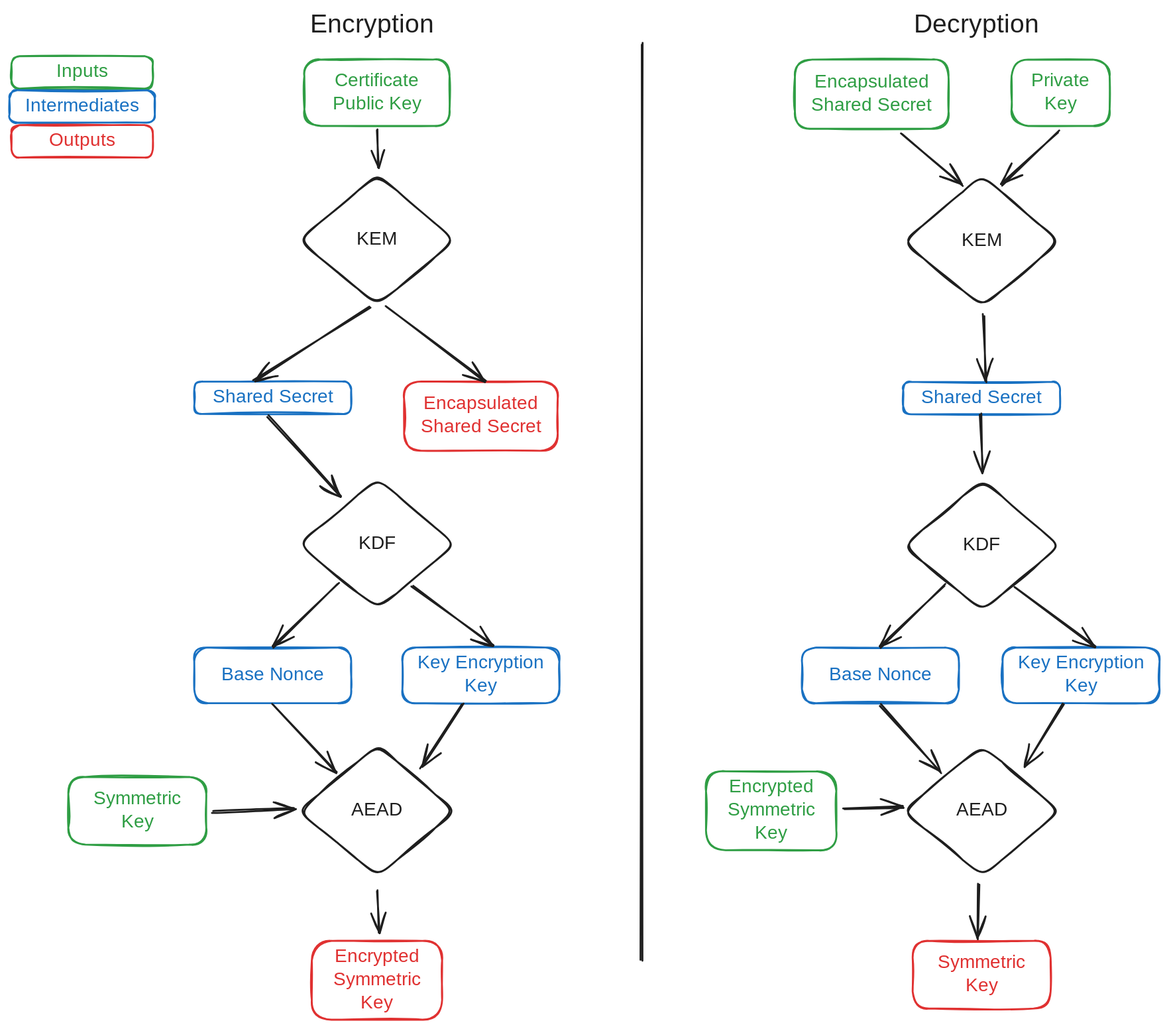
Before: doc/media/RecordingControl/hpkeEncryption.excalidraw.svg, a diagram exported from Excalidraw (ocampana/specs). Source tidied: one line per element, renumbered; positions are measured from the earlier drawing's top-left corner, leaving out a move shared by most shapes.
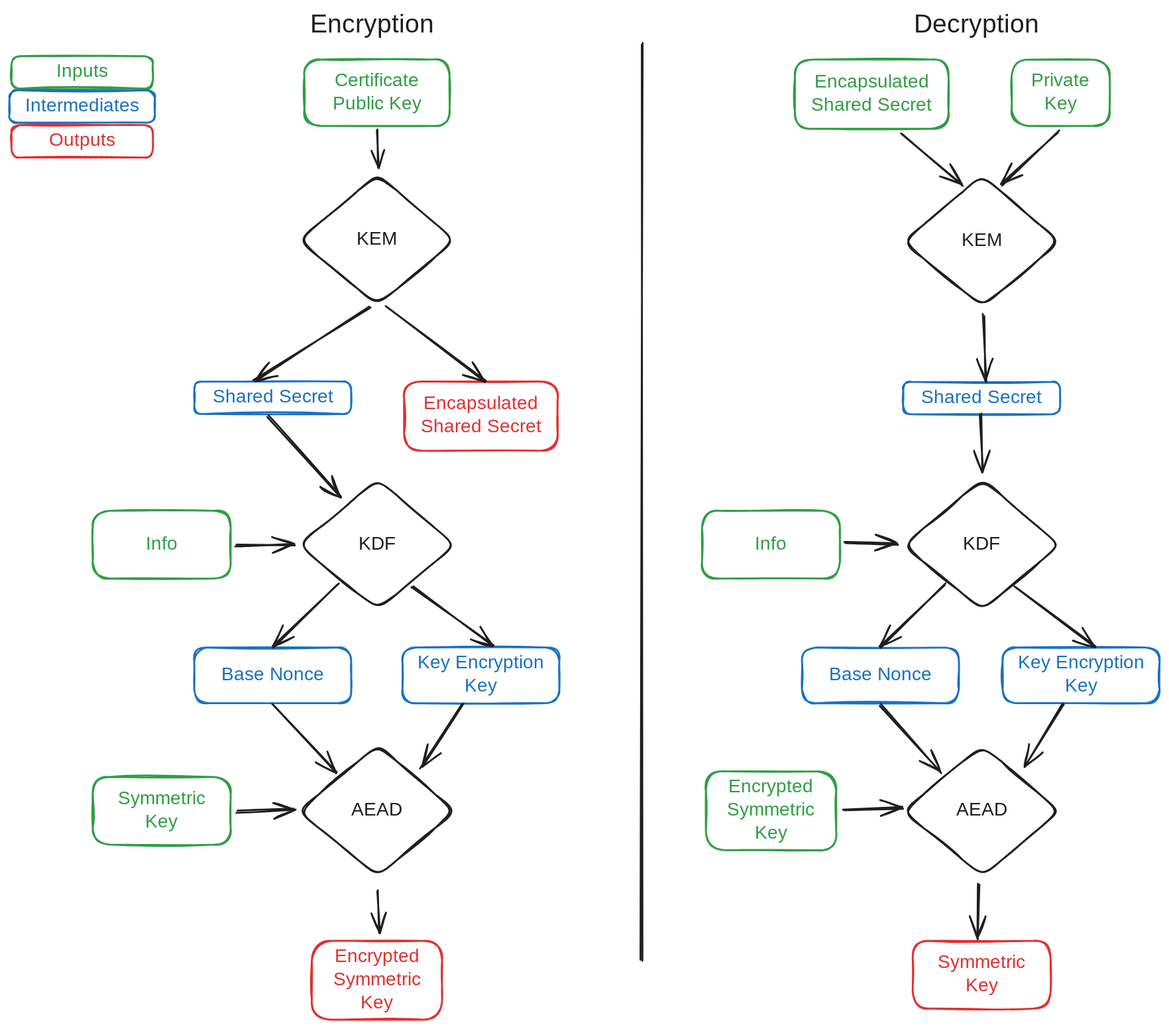
After the change.

What changed in the source:
```diff
@@ -6,25 +6,25 @@
 {"id": 5, "type": "text", "text": "Shared Secret", "strokeColor": "#1971c2", "strokeWidth": 2, "roughness": 1, "fontSize": 20, "fontFamily": 5, "textAlign": "center", "verticalAlign": "middle", "inside": 4, "x": 215, "y": 406, "width": 137, "height": 25}
 {"id": 6, "type": "rectangle", "strokeColor": "#e03131", "strokeWidth": 2, "roughness": 1, "round": true, "x": 326, "y": 1004, "width": 140, "height": 85}
 {"id": 7, "type": "text", "text": "Encrypted\nSymmetric\nKey", "strokeColor": "#e03131", "strokeWidth": 2, "roughness": 1, "fontSize": 20, "fontFamily": 5, "textAlign": "center", "verticalAlign": "middle", "inside": 6, "x": 347, "y": 1009, "width": 98, "height": 75}
-{"id": 8, "type": "rectangle", "strokeColor": "#2f9e44", "strokeWidth": 2, "roughness": 1, "round": true, "x": 63, "y": 827, "width": 149, "height": 73}
+{"id": 8, "type": "rectangle", "strokeColor": "#2f9e44", "strokeWidth": 2, "roughness": 1, "round": true, "x": 90, "y": 827, "width": 149, "height": 73}
-{"id": 9, "type": "text", "text": "Symmetric\nKey", "strokeColor": "#2f9e44", "strokeWidth": 2, "roughness": 1, "fontSize": 20, "fontFamily": 5, "textAlign": "center", "verticalAlign": "middle", "inside": 8, "x": 90, "y": 839, "width": 95, "height": 50}
+{"id": 9, "type": "text", "text": "Symmetric\nKey", "strokeColor": "#2f9e44", "strokeWidth": 2, "roughness": 1, "fontSize": 20, "fontFamily": 5, "textAlign": "center", "verticalAlign": "middle", "inside": 8, "x": 117, "y": 839, "width": 95, "height": 50}
 {"id": 10, "type": "diamond", "strokeColor": "#1e1e1e", "strokeWidth": 2, "roughness": 1, "round": true, "x": 312, "y": 793, "width": 169, "height": 141}
 {"id": 11, "type": "text", "text": "AEAD", "strokeColor": "#1e1e1e", "strokeWidth": 2, "roughness": 1, "fontSize": 20, "fontFamily": 5, "textAlign": "center", "verticalAlign": "middle", "inside": 10, "x": 368, "y": 851, "width": 56, "height": 25}
 {"id": 12, "type": "diamond", "strokeColor": "#1e1e1e", "strokeWidth": 2, "roughness": 1, "round": true, "x": 312, "y": 178, "width": 169, "height": 141}
 {"id": 13, "type": "text", "text": "KEM", "strokeColor": "#1e1e1e", "strokeWidth": 2, "roughness": 1, "fontSize": 20, "fontFamily": 5, "textAlign": "center", "verticalAlign": "middle", "inside": 12, "x": 375, "y": 236, "width": 42, "height": 25}
 {"id": 14, "type": "diamond", "strokeColor": "#1e1e1e", "strokeWidth": 2, "roughness": 1, "round": true, "x": 312, "y": 506, "width": 169, "height": 141}
-{"id": 15, "type": "text", "text": "KDF", "strokeColor": "#1e1e1e", "strokeWidth": 2, "roughness": 1, "fontSize": 20, "fontFamily": 5, "textAlign": "center", "verticalAlign": "middle", "inside": 14, "x": 375, "y": 564, "width": 41, "height": 25}
+{"id": 15, "type": "text", "text": "KDF", "strokeColor": "#1e1e1e", "strokeWidth": 2, "roughness": 1, "fontSize": 20, "fontFamily": 5, "textAlign": "center", "verticalAlign": "middle", "inside": 14, "x": 375, "y": 565, "width": 41, "height": 25}
 {"id": 16, "type": "arrow", "strokeColor": "#1e1e1e", "strokeWidth": 2, "roughness": 1, "endArrowhead": "arrow", "round": true, "from": 0, "to": 12, "x": 397, "y": 130, "width": 1, "height": 40, "points": [[0, 0], [1, 40]]}
-{"id": 17, "type": "arrow", "strokeColor": "#1e1e1e", "strokeWidth": 2, "roughness": 1, "endArrowhead": "arrow", "round": true, "from": 4, "to": 14, "x": 279, "y": 439, "width": 78, "height": 87, "points": [[0, 0], [78, 87]]}
+{"id": 17, "type": "arrow", "strokeColor": "#1e1e1e", "strokeWidth": 2, "roughness": 1, "endArrowhead": "arrow", "round": true, "from": 4, "to": 14, "x": 279, "y": 439, "width": 78, "height": 88, "points": [[0, 0], [78, 88]]}
 {"id": 18, "type": "rectangle", "strokeColor": "#1971c2", "strokeWidth": 2, "roughness": 1, "round": true, "x": 424, "y": 688, "width": 169, "height": 60}
 {"id": 19, "type": "text", "text": "Key Encryption\nKey", "strokeColor": "#1971c2", "strokeWidth": 2, "roughness": 1, "fontSize": 20, "fontFamily": 5, "textAlign": "center", "verticalAlign": "middle", "inside": 18, "x": 436, "y": 693, "width": 144, "height": 50}
 {"id": 20, "type": "rectangle", "strokeColor": "#1971c2", "strokeWidth": 2, "roughness": 1, "round": true, "x": 199, "y": 688, "width": 169, "height": 60}
 {"id": 21, "type": "text", "text": "Base Nonce", "strokeColor": "#1971c2", "strokeWidth": 2, "roughness": 1, "fontSize": 20, "fontFamily": 5, "textAlign": "center", "verticalAlign": "middle", "inside": 20, "x": 228, "y": 705, "width": 112, "height": 25}
-{"id": 22, "type": "arrow", "strokeColor": "#1e1e1e", "strokeWidth": 2, "roughness": 1, "endArrowhead": "arrow", "round": true, "from": 14, "to": 18, "x": 434, "y": 621, "width": 88, "height": 65, "points": [[0, 0], [88, 65]]}
+{"id": 22, "type": "arrow", "strokeColor": "#1e1e1e", "strokeWidth": 2, "roughness": 1, "endArrowhead": "arrow", "round": true, "from": 14, "to": 18, "x": 434, "y": 622, "width": 87, "height": 64, "points": [[0, 0], [87, 64]]}
-{"id": 23, "type": "arrow", "strokeColor": "#1e1e1e", "strokeWidth": 2, "roughness": 1, "endArrowhead": "arrow", "round": true, "from": 14, "to": 20, "x": 355, "y": 619, "width": 71, "height": 68, "points": [[0, 0], [-71, 68]]}
+{"id": 23, "type": "arrow", "strokeColor": "#1e1e1e", "strokeWidth": 2, "roughness": 1, "endArrowhead": "arrow", "round": true, "from": 14, "to": 20, "x": 355, "y": 620, "width": 70, "height": 67, "points": [[0, 0], [-70, 67]]}
 {"id": 24, "type": "arrow", "strokeColor": "#1e1e1e", "strokeWidth": 2, "roughness": 1, "endArrowhead": "arrow", "round": true, "from": 18, "to": 10, "x": 488, "y": 748, "width": 45, "height": 69, "points": [[0, 0], [-45, 69]]}
 {"id": 25, "type": "arrow", "strokeColor": "#1e1e1e", "strokeWidth": 2, "roughness": 1, "endArrowhead": "arrow", "round": true, "from": 20, "to": 10, "x": 284, "y": 750, "width": 68, "height": 73, "points": [[0, 0], [68, 73]]}
-{"id": 26, "type": "arrow", "strokeColor": "#1e1e1e", "strokeWidth": 2, "roughness": 1, "endArrowhead": "arrow", "round": true, "from": 8, "to": 10, "x": 219, "y": 865, "width": 88, "height": 3, "points": [[0, 0], [88, -3]]}
+{"id": 26, "type": "arrow", "strokeColor": "#1e1e1e", "strokeWidth": 2, "roughness": 1, "endArrowhead": "arrow", "round": true, "from": 8, "to": 10, "x": 246, "y": 864, "width": 62, "height": 2, "points": [[0, 0], [62, -2]]}
 {"id": 27, "type": "arrow", "strokeColor": "#1e1e1e", "strokeWidth": 2, "roughness": 1, "endArrowhead": "arrow", "round": true, "from": 10, "to": 6, "x": 397, "y": 950, "width": 2, "height": 46, "points": [[0, 0], [2, 46]]}
 {"id": 28, "type": "arrow", "strokeColor": "#1e1e1e", "strokeWidth": 2, "roughness": 1, "endArrowhead": "arrow", "round": true, "from": 12, "to": 2, "x": 406, "y": 320, "width": 108, "height": 80, "points": [[0, 0], [108, 80]]}
 {"id": 29, "type": "arrow", "strokeColor": "#1e1e1e", "strokeWidth": 2, "roughness": 1, "endArrowhead": "arrow", "round": true, "from": 12, "to": 4, "x": 389, "y": 322, "width": 125, "height": 79, "points": [[0, 0], [-125, 79]]}
@@ -42,17 +42,17 @@
 {"id": 41, "type": "arrow", "strokeColor": "#1e1e1e", "strokeWidth": 2, "roughness": 1, "endArrowhead": "arrow", "round": true, "from": 35, "to": 39, "x": 1050, "y": 329, "width": 3, "height": 72, "points": [[0, 0], [3, 72]]}
 {"id": 42, "type": "diamond", "strokeColor": "#1e1e1e", "strokeWidth": 2, "roughness": 1, "round": true, "x": 964, "y": 793, "width": 169, "height": 141}
 {"id": 43, "type": "text", "text": "AEAD", "strokeColor": "#1e1e1e", "strokeWidth": 2, "roughness": 1, "fontSize": 20, "fontFamily": 5, "textAlign": "center", "verticalAlign": "middle", "inside": 42, "x": 1020, "y": 851, "width": 56, "height": 25}
-{"id": 44, "type": "diamond", "strokeColor": "#1e1e1e", "strokeWidth": 2, "roughness": 1, "round": true, "x": 964, "y": 507, "width": 169, "height": 141}
+{"id": 44, "type": "diamond", "strokeColor": "#1e1e1e", "strokeWidth": 2, "roughness": 1, "round": true, "x": 964, "y": 506, "width": 169, "height": 141}
 {"id": 45, "type": "text", "text": "KDF", "strokeColor": "#1e1e1e", "strokeWidth": 2, "roughness": 1, "fontSize": 20, "fontFamily": 5, "textAlign": "center", "verticalAlign": "middle", "inside": 44, "x": 1027, "y": 565, "width": 41, "height": 25}
 {"id": 46, "type": "rectangle", "strokeColor": "#1971c2", "strokeWidth": 2, "roughness": 1, "round": true, "x": 1071, "y": 688, "width": 169, "height": 60}
 {"id": 47, "type": "text", "text": "Key Encryption\nKey", "strokeColor": "#1971c2", "strokeWidth": 2, "roughness": 1, "fontSize": 20, "fontFamily": 5, "textAlign": "center", "verticalAlign": "middle", "inside": 46, "x": 1084, "y": 693, "width": 144, "height": 50}
 {"id": 48, "type": "rectangle", "strokeColor": "#1971c2", "strokeWidth": 2, "roughness": 1, "round": true, "x": 854, "y": 688, "width": 169, "height": 60}
 {"id": 49, "type": "text", "text": "Base Nonce", "strokeColor": "#1971c2", "strokeWidth": 2, "roughness": 1, "fontSize": 20, "fontFamily": 5, "textAlign": "center", "verticalAlign": "middle", "inside": 48, "x": 883, "y": 705, "width": 112, "height": 25}
 {"id": 50, "type": "arrow", "strokeColor": "#1e1e1e", "strokeWidth": 2, "roughness": 1, "endArrowhead": "arrow", "round": true, "from": 44, "to": 46, "x": 1084, "y": 622, "width": 86, "height": 65, "points": [[0, 0], [86, 65]]}
-{"id": 51, "type": "arrow", "strokeColor": "#1e1e1e", "strokeWidth": 2, "roughness": 1, "endArrowhead": "arrow", "round": true, "from": 44, "to": 48, "x": 1008, "y": 620, "width": 69, "height": 67, "points": [[0, 0], [-69, 67]]}
+{"id": 51, "type": "arrow", "strokeColor": "#1e1e1e", "strokeWidth": 2, "roughness": 1, "endArrowhead": "arrow", "round": true, "from": 44, "to": 48, "x": 1008, "y": 619, "width": 69, "height": 68, "points": [[0, 0], [-69, 68]]}
 {"id": 52, "type": "arrow", "strokeColor": "#1e1e1e", "strokeWidth": 2, "roughness": 1, "endArrowhead": "arrow", "round": true, "from": 46, "to": 42, "x": 1137, "y": 748, "width": 42, "height": 68, "points": [[0, 0], [-42, 68]]}
 {"id": 53, "type": "arrow", "strokeColor": "#1e1e1e", "strokeWidth": 2, "roughness": 1, "endArrowhead": "arrow", "round": true, "from": 48, "to": 42, "x": 939, "y": 750, "width": 66, "height": 73, "points": [[0, 0], [66, 73]]}
-{"id": 54, "type": "arrow", "strokeColor": "#1e1e1e", "strokeWidth": 2, "roughness": 1, "endArrowhead": "arrow", "round": true, "from": 57, "to": 42, "x": 900, "y": 861, "width": 64, "height": 1, "points": [[0, 0], [64, -1]]}
+{"id": 54, "type": "arrow", "strokeColor": "#1e1e1e", "strokeWidth": 2, "roughness": 1, "endArrowhead": "arrow", "round": true, "from": 57, "to": 42, "x": 900, "y": 862, "width": 64, "height": 1, "points": [[0, 0], [64, -1]]}
 {"id": 55, "type": "arrow", "strokeColor": "#1e1e1e", "strokeWidth": 2, "roughness": 1, "endArrowhead": "arrow", "round": true, "from": 42, "to": 59, "x": 1046, "y": 943, "width": 3, "height": 59, "points": [[0, 0], [-3, 59]]}
 {"id": 56, "type": "arrow", "strokeColor": "#1e1e1e", "strokeWidth": 2, "roughness": 1, "endArrowhead": "arrow", "round": true, "from": 39, "to": 44, "x": 1047, "y": 437, "width": 2, "height": 61, "points": [[0, 0], [2, 61]]}
 {"id": 57, "type": "rectangle", "strokeColor": "#2f9e44", "strokeWidth": 2, "roughness": 1, "round": true, "x": 751, "y": 821, "width": 140, "height": 85}
@@ -67,3 +67,9 @@
 {"id": 66, "type": "text", "text": "Outputs", "strokeColor": "#e03131", "strokeWidth": 2, "roughness": 1, "fontSize": 20, "fontFamily": 5, "textAlign": "center", "verticalAlign": "middle", "inside": 65, "x": 38, "y": 130, "width": 81, "height": 25}
 {"id": 67, "type": "text", "text": "Encryption", "strokeColor": "#1e1e1e", "strokeWidth": 2, "roughness": 1, "fontSize": 28, "fontFamily": 5, "x": 324, "y": 0, "width": 144, "height": 35}
 {"id": 68, "type": "text", "text": "Decryption", "strokeColor": "#1e1e1e", "strokeWidth": 2, "roughness": 1, "fontSize": 28, "fontFamily": 5, "x": 975, "y": 0, "width": 146, "height": 35}
+{"id": 69, "type": "rectangle", "strokeColor": "#2f9e44", "strokeWidth": 2, "roughness": 1, "round": true, "x": 90, "y": 540, "width": 149, "height": 73}
+{"id": 70, "type": "text", "text": "Info", "strokeColor": "#2f9e44", "strokeWidth": 2, "roughness": 1, "fontSize": 20, "fontFamily": 5, "textAlign": "center", "verticalAlign": "middle", "inside": 69, "x": 142, "y": 564, "width": 43, "height": 25}
+{"id": 71, "type": "rectangle", "strokeColor": "#2f9e44", "strokeWidth": 2, "roughness": 1, "round": true, "x": 747, "y": 540, "width": 149, "height": 73}
+{"id": 72, "type": "text", "text": "Info", "strokeColor": "#2f9e44", "strokeWidth": 2, "roughness": 1, "fontSize": 20, "fontFamily": 5, "textAlign": "center", "verticalAlign": "middle", "inside": 71, "x": 799, "y": 564, "width": 43, "height": 25}
+{"id": 73, "type": "arrow", "strokeColor": "#1e1e1e", "strokeWidth": 2, "roughness": 1, "endArrowhead": "arrow", "round": true, "from": 69, "to": 14, "x": 244, "y": 578, "width": 63, "height": 1, "points": [[0, 0], [63, -1]]}
+{"id": 74, "type": "arrow", "strokeColor": "#1e1e1e", "strokeWidth": 2, "roughness": 1, "endArrowhead": "arrow", "round": true, "from": 71, "to": 44, "x": 900, "y": 576, "width": 58, "height": 0, "points": [[0, 0], [58, 0]]}
```
